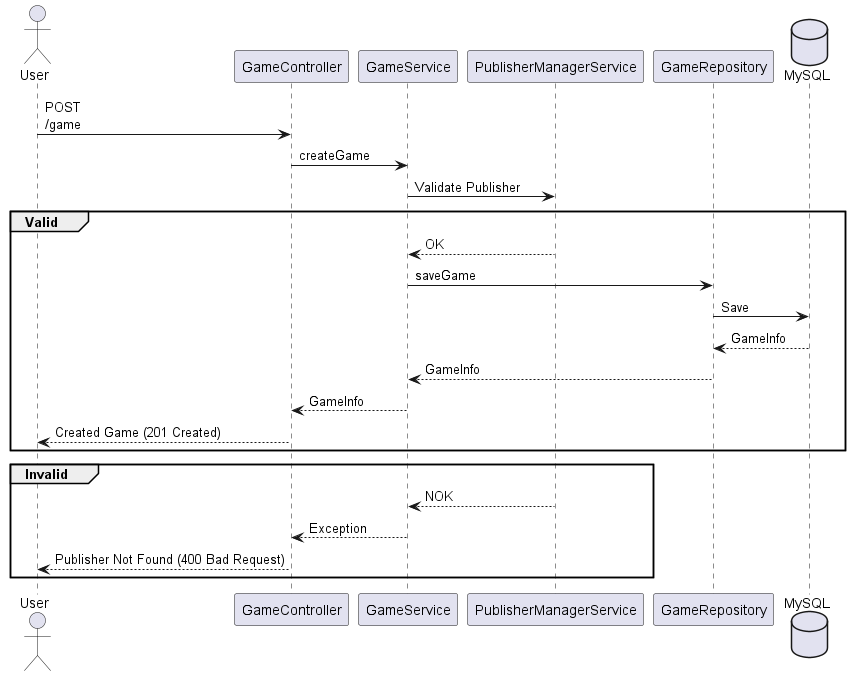
Earlier version of the PlantUML export modeling/SequenceDiagramPost.png (LucasSResende/Projeto_Pokemon).
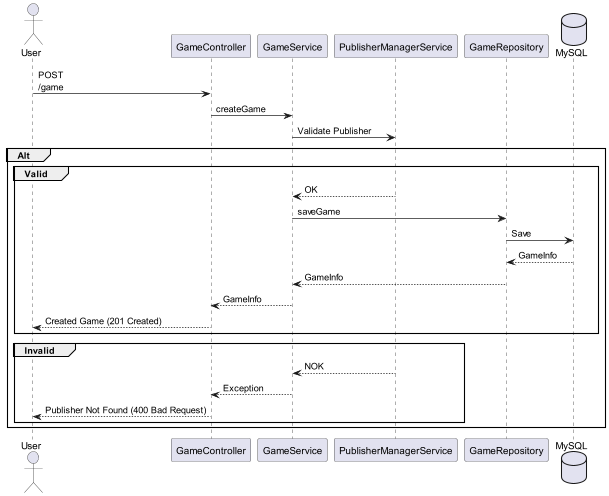
After the commit.

What changed in the source:
```diff
@@ -11,6 +11,7 @@
 GC -> GS: createGame
 GS -> PS: Validate Publisher
 
+group Alt
 group Valid
 GS <-- PS: OK
 GS -> GR: saveGame
@@ -26,5 +27,5 @@
 GC <-- GS: Exception
 user <-- GC: Publisher Not Found (400 Bad Request)
 end
-
+end
 @enduml
```
